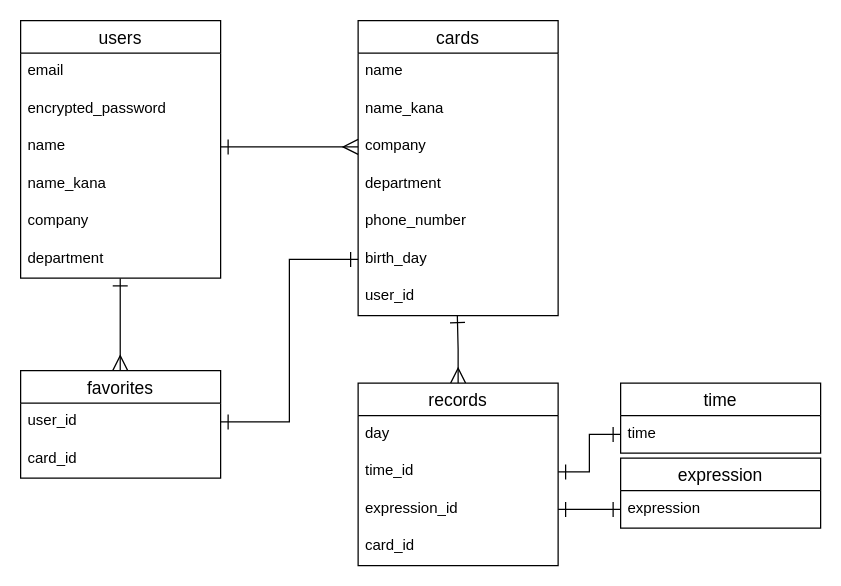
This is alert.dio from yuyakawai0411/s-alert, a draw.io file, before an edit. Source tidied: cells renumbered, new cells numbered last; positions are measured from the earlier drawing's top-left corner, leaving out a move shared by most shapes. Both pictures are drawn from the tidied source at 125%, with x=0, y=0 at pixel (20, 20).
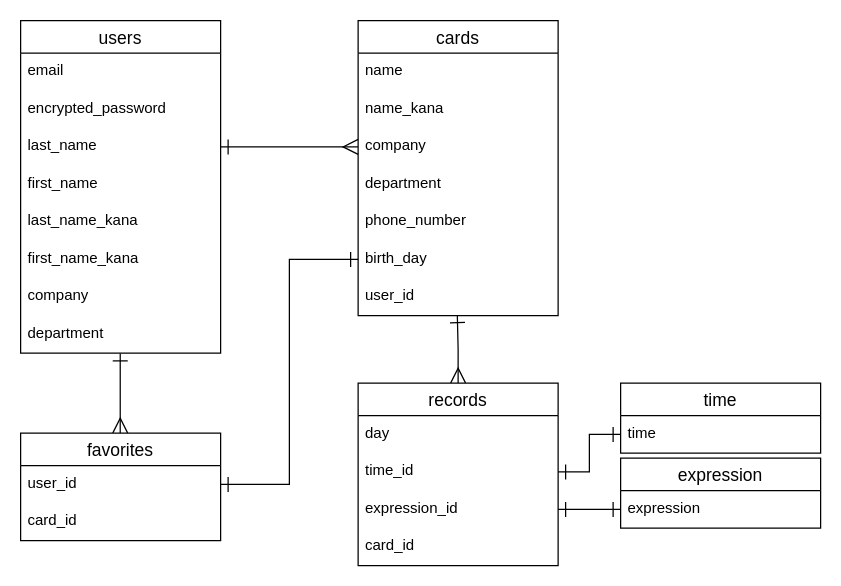
Above is the later version.

What changed in the source:
```diff
@@
     <mxCell id="2" value="users" style="swimlane;fontStyle=0;horizontal=1;startSize=26;align=center;fontSize=14;" parent="1" vertex="1">
-      <mxGeometry width="160" height="206" as="geometry" />
+      <mxGeometry width="160" height="266" as="geometry" />
     </mxCell>
@@
-    <mxCell id="5" value="name" style="text;strokeColor=none;fillColor=none;spacingLeft=4;spacingRight=4;overflow=hidden;points=[[0,0.5],[1,0.5]];portConstraint=eastwest;fontSize=12;" parent="2" vertex="1">
+    <mxCell id="5" value="last_name" style="text;strokeColor=none;fillColor=none;spacingLeft=4;spacingRight=4;overflow=hidden;points=[[0,0.5],[1,0.5]];portConstraint=eastwest;fontSize=12;" parent="2" vertex="1">
       <mxGeometry y="86" width="160" height="30" as="geometry" />
     </mxCell>
-    <mxCell id="6" value="name_kana" style="text;strokeColor=none;fillColor=none;spacingLeft=4;spacingRight=4;overflow=hidden;fontSize=12;" parent="2" vertex="1">
+    <mxCell id="6" value="first_name" style="text;strokeColor=none;fillColor=none;spacingLeft=4;spacingRight=4;overflow=hidden;fontSize=12;" parent="2" vertex="1">
       <mxGeometry y="116" width="160" height="30" as="geometry" />
     </mxCell>
-    <mxCell id="7" value="company" style="text;strokeColor=none;fillColor=none;spacingLeft=4;spacingRight=4;overflow=hidden;fontSize=12;" parent="2" vertex="1">
+    <mxCell id="7" value="last_name_kana" style="text;strokeColor=none;fillColor=none;spacingLeft=4;spacingRight=4;overflow=hidden;fontSize=12;" parent="2" vertex="1">
       <mxGeometry y="146" width="160" height="30" as="geometry" />
     </mxCell>
+    <mxCell id="35" value="first_name_kana" style="text;strokeColor=none;fillColor=none;spacingLeft=4;spacingRight=4;overflow=hidden;fontSize=12;" parent="2" vertex="1">
+      <mxGeometry y="176" width="160" height="30" as="geometry" />
+    </mxCell>
+    <mxCell id="36" value="company" style="text;strokeColor=none;fillColor=none;spacingLeft=4;spacingRight=4;overflow=hidden;fontSize=12;" parent="2" vertex="1">
+      <mxGeometry y="206" width="160" height="30" as="geometry" />
+    </mxCell>
     <mxCell id="8" value="department" style="text;strokeColor=none;fillColor=none;spacingLeft=4;spacingRight=4;overflow=hidden;points=[[0,0.5],[1,0.5]];portConstraint=eastwest;fontSize=12;" parent="2" vertex="1">
-      <mxGeometry y="176" width="160" height="30" as="geometry" />
+      <mxGeometry y="236" width="160" height="30" as="geometry" />
     </mxCell>
@@
     <mxCell id="18" value="favorites" style="swimlane;fontStyle=0;horizontal=1;startSize=26;align=center;fontSize=14;" parent="1" vertex="1">
-      <mxGeometry y="280" width="160" height="86" as="geometry" />
+      <mxGeometry y="330" width="160" height="86" as="geometry" />
     </mxCell>
```
